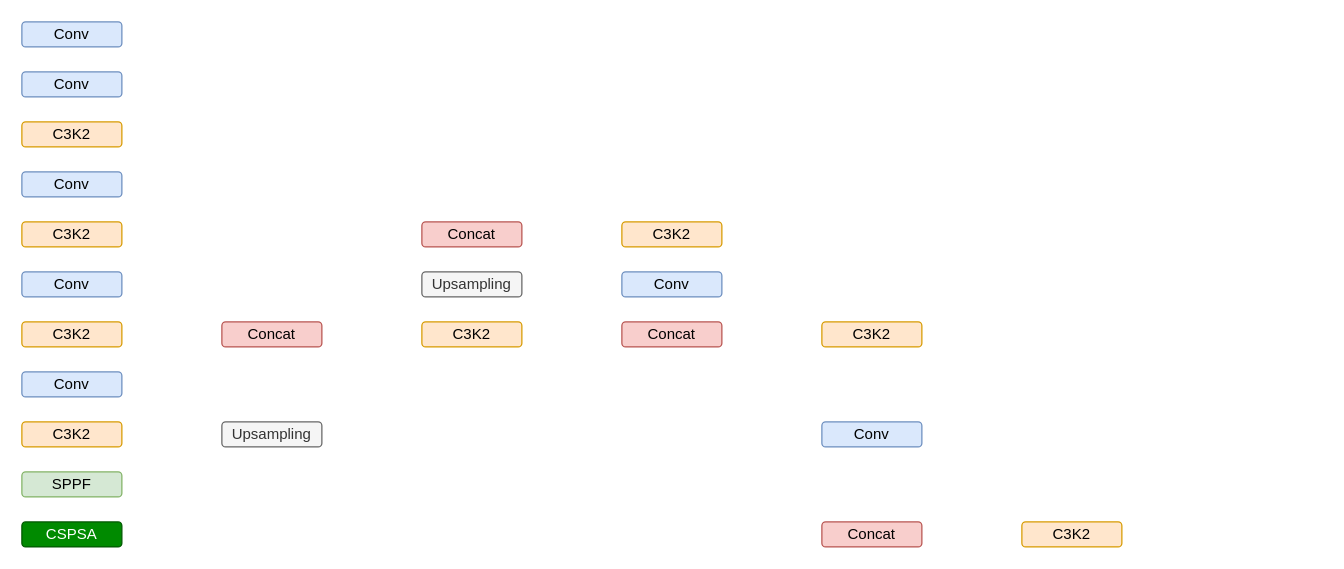
The draw.io diagram yolo.drawio in LamaPerdu/LamaPerdu, before the edit. Source tidied: cells renumbered, new cells numbered last; positions are measured from the earlier drawing's top-left corner, leaving out a move shared by most shapes. Both pictures are drawn from the tidied source at 125%, with x=0, y=0 at pixel (21, 21).
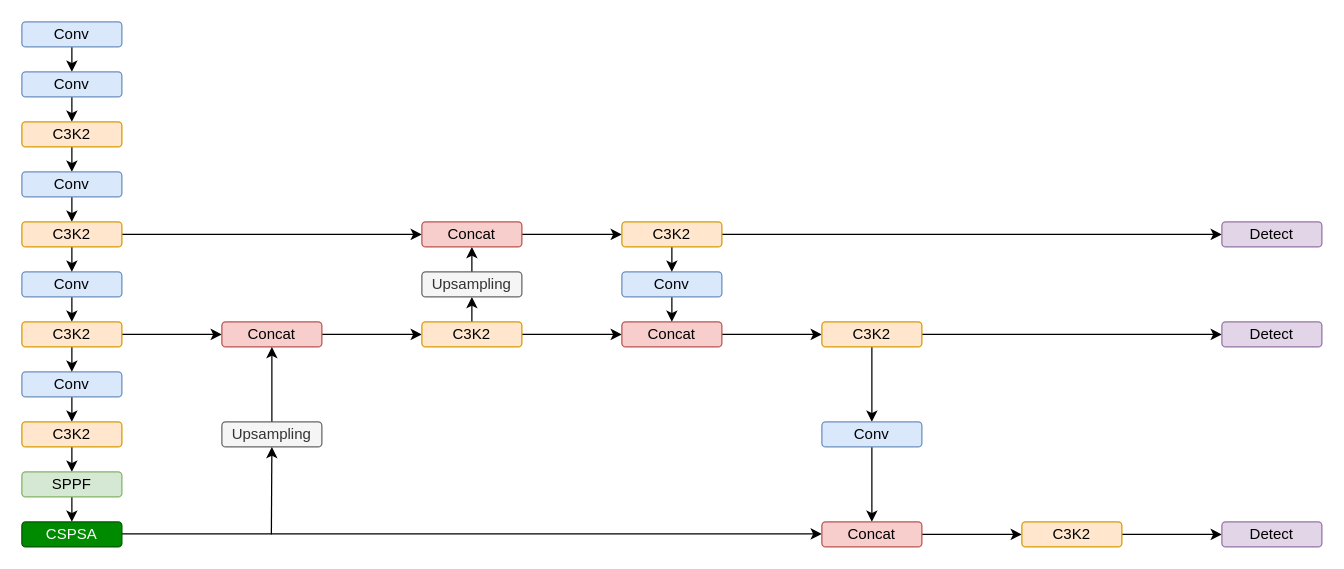
The same page after the edit.

The change refers to these unchanged cells:
```xml
<mxCell id="2" value="Conv" style="rounded=1;whiteSpace=wrap;html=1;fillColor=#dae8fc;strokeColor=#6c8ebf;textShadow=0;" parent="1" vertex="1">
  <mxGeometry width="80" height="20" as="geometry" />
</mxCell>
<mxCell id="3" value="Conv" style="rounded=1;whiteSpace=wrap;html=1;fillColor=#dae8fc;strokeColor=#6c8ebf;textShadow=0;" parent="1" vertex="1">
  <mxGeometry y="40" width="80" height="20" as="geometry" />
</mxCell>
<mxCell id="4" value="C3K2" style="rounded=1;whiteSpace=wrap;html=1;fillColor=#ffe6cc;strokeColor=#d79b00;" parent="1" vertex="1">
  <mxGeometry y="80" width="80" height="20" as="geometry" />
</mxCell>
<mxCell id="5" value="Conv" style="rounded=1;whiteSpace=wrap;html=1;fillColor=#dae8fc;strokeColor=#6c8ebf;textShadow=0;" parent="1" vertex="1">
  <mxGeometry y="120" width="80" height="20" as="geometry" />
</mxCell>
<mxCell id="6" value="Conv" style="rounded=1;whiteSpace=wrap;html=1;fillColor=#dae8fc;strokeColor=#6c8ebf;textShadow=0;" parent="1" vertex="1">
  <mxGeometry y="200" width="80" height="20" as="geometry" />
</mxCell>
<mxCell id="7" value="C3K2" style="rounded=1;whiteSpace=wrap;html=1;fillColor=#ffe6cc;strokeColor=#d79b00;" parent="1" vertex="1">
  <mxGeometry y="160" width="80" height="20" as="geometry" />
</mxCell>
<mxCell id="8" value="Conv" style="rounded=1;whiteSpace=wrap;html=1;fillColor=#dae8fc;strokeColor=#6c8ebf;textShadow=0;" parent="1" vertex="1">
  <mxGeometry y="280" width="80" height="20" as="geometry" />
</mxCell>
<mxCell id="9" value="C3K2" style="rounded=1;whiteSpace=wrap;html=1;fillColor=#ffe6cc;strokeColor=#d79b00;" parent="1" vertex="1">
  <mxGeometry y="240" width="80" height="20" as="geometry" />
</mxCell>
<mxCell id="10" value="C3K2" style="rounded=1;whiteSpace=wrap;html=1;fillColor=#ffe6cc;strokeColor=#d79b00;" parent="1" vertex="1">
  <mxGeometry y="320" width="80" height="20" as="geometry" />
</mxCell>
<mxCell id="11" value="SPPF" style="rounded=1;whiteSpace=wrap;html=1;fillColor=#d5e8d4;strokeColor=#82b366;" parent="1" vertex="1">
  <mxGeometry y="360" width="80" height="20" as="geometry" />
</mxCell>
<mxCell id="12" value="CSPSA" style="rounded=1;whiteSpace=wrap;html=1;fillColor=#008a00;strokeColor=#005700;fontColor=#ffffff;" parent="1" vertex="1">
  <mxGeometry y="400" width="80" height="20" as="geometry" />
</mxCell>
<mxCell id="13" value="Concat" style="rounded=1;whiteSpace=wrap;html=1;fillColor=#f8cecc;strokeColor=#b85450;" parent="1" vertex="1">
  <mxGeometry x="160" y="240" width="80" height="20" as="geometry" />
</mxCell>
<mxCell id="14" value="Upsampling" style="rounded=1;whiteSpace=wrap;html=1;fillColor=#f5f5f5;strokeColor=#666666;fontColor=#333333;" parent="1" vertex="1">
  <mxGeometry x="160" y="320" width="80" height="20" as="geometry" />
</mxCell>
<mxCell id="15" value="C3K2" style="rounded=1;whiteSpace=wrap;html=1;fillColor=#ffe6cc;strokeColor=#d79b00;" parent="1" vertex="1">
  <mxGeometry x="320" y="240" width="80" height="20" as="geometry" />
</mxCell>
<mxCell id="16" value="Upsampling" style="rounded=1;whiteSpace=wrap;html=1;fillColor=#f5f5f5;strokeColor=#666666;fontColor=#333333;" parent="1" vertex="1">
  <mxGeometry x="320" y="200" width="80" height="20" as="geometry" />
</mxCell>
<mxCell id="17" value="Concat" style="rounded=1;whiteSpace=wrap;html=1;fillColor=#f8cecc;strokeColor=#b85450;" parent="1" vertex="1">
  <mxGeometry x="320" y="160" width="80" height="20" as="geometry" />
</mxCell>
<mxCell id="18" value="Concat" style="rounded=1;whiteSpace=wrap;html=1;fillColor=#f8cecc;strokeColor=#b85450;" parent="1" vertex="1">
  <mxGeometry x="480" y="240" width="80" height="20" as="geometry" />
</mxCell>
<mxCell id="19" value="Conv" style="rounded=1;whiteSpace=wrap;html=1;fillColor=#dae8fc;strokeColor=#6c8ebf;textShadow=0;" parent="1" vertex="1">
  <mxGeometry x="480" y="200" width="80" height="20" as="geometry" />
</mxCell>
<mxCell id="20" value="C3K2" style="rounded=1;whiteSpace=wrap;html=1;fillColor=#ffe6cc;strokeColor=#d79b00;" parent="1" vertex="1">
  <mxGeometry x="480" y="160" width="80" height="20" as="geometry" />
</mxCell>
<mxCell id="21" value="C3K2" style="rounded=1;whiteSpace=wrap;html=1;fillColor=#ffe6cc;strokeColor=#d79b00;" parent="1" vertex="1">
  <mxGeometry x="640" y="240" width="80" height="20" as="geometry" />
</mxCell>
<mxCell id="22" value="Conv" style="rounded=1;whiteSpace=wrap;html=1;fillColor=#dae8fc;strokeColor=#6c8ebf;textShadow=0;" parent="1" vertex="1">
  <mxGeometry x="640" y="320" width="80" height="20" as="geometry" />
</mxCell>
<mxCell id="23" value="Concat" style="rounded=1;whiteSpace=wrap;html=1;fillColor=#f8cecc;strokeColor=#b85450;" parent="1" vertex="1">
  <mxGeometry x="640" y="400" width="80" height="20" as="geometry" />
</mxCell>
<mxCell id="24" value="C3K2" style="rounded=1;whiteSpace=wrap;html=1;fillColor=#ffe6cc;strokeColor=#d79b00;" parent="1" vertex="1">
  <mxGeometry x="800" y="400" width="80" height="20" as="geometry" />
</mxCell>
```

The edit, as a diff of the source:
```diff
@@
+    <mxCell id="25" style="edgeStyle=orthogonalEdgeStyle;rounded=0;jettySize=auto;html=1;exitX=0.5;exitY=1;exitDx=0;exitDy=0;entryX=0.5;entryY=0;entryDx=0;entryDy=0;" parent="1" edge="1" source="2" target="3">
+      <mxGeometry relative="1" as="geometry" />
+    </mxCell>
@@
+    <mxCell id="26" style="edgeStyle=orthogonalEdgeStyle;rounded=0;jettySize=auto;html=1;exitX=0.5;exitY=1;exitDx=0;exitDy=0;entryX=0.5;entryY=0;entryDx=0;entryDy=0;" parent="1" edge="1" source="3" target="4">
+      <mxGeometry relative="1" as="geometry" />
+    </mxCell>
@@
+    <mxCell id="27" style="edgeStyle=orthogonalEdgeStyle;rounded=0;jettySize=auto;html=1;exitX=0.5;exitY=1;exitDx=0;exitDy=0;entryX=0.5;entryY=0;entryDx=0;entryDy=0;" parent="1" edge="1" source="4" target="5">
+      <mxGeometry relative="1" as="geometry" />
+    </mxCell>
@@
+    <mxCell id="28" style="edgeStyle=orthogonalEdgeStyle;rounded=0;jettySize=auto;html=1;exitX=0.5;exitY=1;exitDx=0;exitDy=0;entryX=0.5;entryY=0;entryDx=0;entryDy=0;" parent="1" edge="1" source="5" target="7">
+      <mxGeometry relative="1" as="geometry" />
+    </mxCell>
@@
+    <mxCell id="29" style="edgeStyle=orthogonalEdgeStyle;rounded=0;jettySize=auto;html=1;exitX=0.5;exitY=1;exitDx=0;exitDy=0;entryX=0.5;entryY=0;entryDx=0;entryDy=0;" parent="1" edge="1" source="6" target="9">
+      <mxGeometry relative="1" as="geometry" />
+    </mxCell>
@@
+    <mxCell id="30" style="edgeStyle=orthogonalEdgeStyle;rounded=0;jettySize=auto;html=1;exitX=0.5;exitY=1;exitDx=0;exitDy=0;entryX=0.5;entryY=0;entryDx=0;entryDy=0;" parent="1" edge="1" source="7" target="6">
+      <mxGeometry relative="1" as="geometry" />
+    </mxCell>
+    <mxCell id="31" style="edgeStyle=orthogonalEdgeStyle;rounded=0;jettySize=auto;html=1;exitX=1;exitY=0.5;exitDx=0;exitDy=0;entryX=0;entryY=0.5;entryDx=0;entryDy=0;" parent="1" edge="1" source="7" target="17">
+      <mxGeometry relative="1" as="geometry" />
+    </mxCell>
@@
+    <mxCell id="32" style="edgeStyle=orthogonalEdgeStyle;rounded=0;jettySize=auto;html=1;exitX=0.5;exitY=1;exitDx=0;exitDy=0;entryX=0.5;entryY=0;entryDx=0;entryDy=0;" parent="1" edge="1" source="8" target="10">
+      <mxGeometry relative="1" as="geometry" />
+    </mxCell>
@@
+    <mxCell id="33" style="edgeStyle=orthogonalEdgeStyle;rounded=0;jettySize=auto;html=1;exitX=0.5;exitY=1;exitDx=0;exitDy=0;entryX=0.5;entryY=0;entryDx=0;entryDy=0;" parent="1" edge="1" source="9" target="8">
+      <mxGeometry relative="1" as="geometry" />
+    </mxCell>
+    <mxCell id="34" style="edgeStyle=orthogonalEdgeStyle;rounded=0;jettySize=auto;html=1;exitX=1;exitY=0.5;exitDx=0;exitDy=0;entryX=0;entryY=0.5;entryDx=0;entryDy=0;" parent="1" edge="1" source="9" target="13">
+      <mxGeometry relative="1" as="geometry" />
+    </mxCell>
@@
+    <mxCell id="35" style="edgeStyle=orthogonalEdgeStyle;rounded=0;jettySize=auto;html=1;exitX=0.5;exitY=1;exitDx=0;exitDy=0;entryX=0.5;entryY=0;entryDx=0;entryDy=0;" parent="1" edge="1" source="10" target="11">
+      <mxGeometry relative="1" as="geometry" />
+    </mxCell>
@@
+    <mxCell id="36" style="edgeStyle=orthogonalEdgeStyle;rounded=0;jettySize=auto;html=1;exitX=0.5;exitY=1;exitDx=0;exitDy=0;entryX=0.5;entryY=0;entryDx=0;entryDy=0;" parent="1" edge="1" source="11" target="12">
+      <mxGeometry relative="1" as="geometry" />
+    </mxCell>
@@
+    <mxCell id="37" style="edgeStyle=orthogonalEdgeStyle;rounded=0;orthogonalLoop=1;jettySize=auto;html=1;exitX=1;exitY=0.5;exitDx=0;exitDy=0;entryX=0;entryY=0.5;entryDx=0;entryDy=0;" parent="1" edge="1">
+      <mxGeometry relative="1" as="geometry">
+        <mxPoint x="80" y="409.6" as="sourcePoint" />
+        <mxPoint x="640" y="409.6" as="targetPoint" />
+      </mxGeometry>
+    </mxCell>
@@
+    <mxCell id="38" style="edgeStyle=orthogonalEdgeStyle;rounded=0;jettySize=auto;html=1;exitX=1;exitY=0.5;exitDx=0;exitDy=0;entryX=0;entryY=0.5;entryDx=0;entryDy=0;" parent="1" edge="1" source="13" target="15">
+      <mxGeometry relative="1" as="geometry" />
+    </mxCell>
@@
+    <mxCell id="39" style="edgeStyle=orthogonalEdgeStyle;rounded=0;jettySize=auto;html=1;exitX=0.5;exitY=0;exitDx=0;exitDy=0;entryX=0.5;entryY=1;entryDx=0;entryDy=0;" parent="1" edge="1" source="14" target="13">
+      <mxGeometry relative="1" as="geometry" />
+    </mxCell>
@@
+    <mxCell id="40" style="edgeStyle=orthogonalEdgeStyle;rounded=0;jettySize=auto;html=1;exitX=0.5;exitY=0;exitDx=0;exitDy=0;entryX=0.5;entryY=1;entryDx=0;entryDy=0;" parent="1" edge="1" source="15" target="16">
+      <mxGeometry relative="1" as="geometry" />
+    </mxCell>
+    <mxCell id="41" style="edgeStyle=orthogonalEdgeStyle;rounded=0;jettySize=auto;html=1;exitX=1;exitY=0.5;exitDx=0;exitDy=0;entryX=0;entryY=0.5;entryDx=0;entryDy=0;" parent="1" edge="1" source="15" target="18">
+      <mxGeometry relative="1" as="geometry" />
+    </mxCell>
@@
+    <mxCell id="42" style="edgeStyle=orthogonalEdgeStyle;rounded=0;jettySize=auto;html=1;exitX=0.5;exitY=0;exitDx=0;exitDy=0;entryX=0.5;entryY=1;entryDx=0;entryDy=0;" parent="1" edge="1" source="16" target="17">
+      <mxGeometry relative="1" as="geometry" />
+    </mxCell>
@@
+    <mxCell id="43" style="edgeStyle=orthogonalEdgeStyle;rounded=0;jettySize=auto;html=1;exitX=1;exitY=0.5;exitDx=0;exitDy=0;entryX=0;entryY=0.5;entryDx=0;entryDy=0;" parent="1" edge="1" source="17" target="20">
+      <mxGeometry relative="1" as="geometry" />
+    </mxCell>
@@
+    <mxCell id="44" style="edgeStyle=orthogonalEdgeStyle;rounded=0;jettySize=auto;html=1;exitX=1;exitY=0.5;exitDx=0;exitDy=0;" parent="1" edge="1" source="18" target="21">
+      <mxGeometry relative="1" as="geometry" />
+    </mxCell>
@@
+    <mxCell id="45" style="edgeStyle=orthogonalEdgeStyle;rounded=0;jettySize=auto;html=1;exitX=0.5;exitY=1;exitDx=0;exitDy=0;entryX=0.5;entryY=0;entryDx=0;entryDy=0;" parent="1" edge="1" source="19" target="18">
+      <mxGeometry relative="1" as="geometry" />
+    </mxCell>
@@
+    <mxCell id="46" style="edgeStyle=orthogonalEdgeStyle;rounded=0;jettySize=auto;html=1;exitX=0.5;exitY=1;exitDx=0;exitDy=0;entryX=0.5;entryY=0;entryDx=0;entryDy=0;" parent="1" edge="1" source="20" target="19">
+      <mxGeometry relative="1" as="geometry" />
+    </mxCell>
+    <mxCell id="47" style="edgeStyle=orthogonalEdgeStyle;rounded=0;jettySize=auto;html=1;exitX=1;exitY=0.5;exitDx=0;exitDy=0;entryX=0;entryY=0.5;entryDx=0;entryDy=0;" parent="1" edge="1" source="20" target="54">
+      <mxGeometry relative="1" as="geometry" />
+    </mxCell>
@@
+    <mxCell id="48" style="edgeStyle=orthogonalEdgeStyle;rounded=0;jettySize=auto;html=1;exitX=1;exitY=0.5;exitDx=0;exitDy=0;entryX=0;entryY=0.5;entryDx=0;entryDy=0;" parent="1" edge="1" source="21" target="55">
+      <mxGeometry relative="1" as="geometry" />
+    </mxCell>
+    <mxCell id="49" style="edgeStyle=orthogonalEdgeStyle;rounded=0;jettySize=auto;html=1;exitX=0.5;exitY=1;exitDx=0;exitDy=0;entryX=0.5;entryY=0;entryDx=0;entryDy=0;" parent="1" edge="1" source="21" target="22">
+      <mxGeometry relative="1" as="geometry" />
+    </mxCell>
@@
+    <mxCell id="50" style="edgeStyle=orthogonalEdgeStyle;rounded=0;jettySize=auto;html=1;exitX=0.5;exitY=1;exitDx=0;exitDy=0;entryX=0.5;entryY=0;entryDx=0;entryDy=0;" parent="1" edge="1" source="22" target="23">
+      <mxGeometry relative="1" as="geometry" />
+    </mxCell>
@@
+    <mxCell id="51" style="edgeStyle=orthogonalEdgeStyle;rounded=0;jettySize=auto;html=1;exitX=1;exitY=0.5;exitDx=0;exitDy=0;entryX=0;entryY=0.5;entryDx=0;entryDy=0;" parent="1" edge="1" source="23" target="24">
+      <mxGeometry relative="1" as="geometry" />
+    </mxCell>
@@
+    <mxCell id="52" style="edgeStyle=orthogonalEdgeStyle;rounded=0;jettySize=auto;html=1;exitX=1;exitY=0.5;exitDx=0;exitDy=0;entryX=0;entryY=0.5;entryDx=0;entryDy=0;" parent="1" edge="1" source="24" target="53">
+      <mxGeometry relative="1" as="geometry" />
+    </mxCell>
@@
+    <mxCell id="53" value="Detect" style="rounded=1;whiteSpace=wrap;html=1;fillColor=#e1d5e7;strokeColor=#9673a6;textShadow=0;" parent="1" vertex="1">
+      <mxGeometry x="960" y="400" width="80" height="20" as="geometry" />
+    </mxCell>
+    <mxCell id="54" value="Detect" style="rounded=1;whiteSpace=wrap;html=1;fillColor=#e1d5e7;strokeColor=#9673a6;textShadow=0;" parent="1" vertex="1">
+      <mxGeometry x="960" y="160" width="80" height="20" as="geometry" />
+    </mxCell>
+    <mxCell id="55" value="Detect" style="rounded=1;whiteSpace=wrap;html=1;fillColor=#e1d5e7;strokeColor=#9673a6;textShadow=0;" parent="1" vertex="1">
+      <mxGeometry x="960" y="240" width="80" height="20" as="geometry" />
+    </mxCell>
+    <mxCell id="56" style="endArrow=classic;html=1;rounded=0;" parent="1" edge="1">
+      <mxGeometry relative="1" as="geometry">
+        <mxPoint x="199.6" y="410" as="sourcePoint" />
+        <mxPoint x="200" y="340" as="targetPoint" />
+      </mxGeometry>
+    </mxCell>
```
